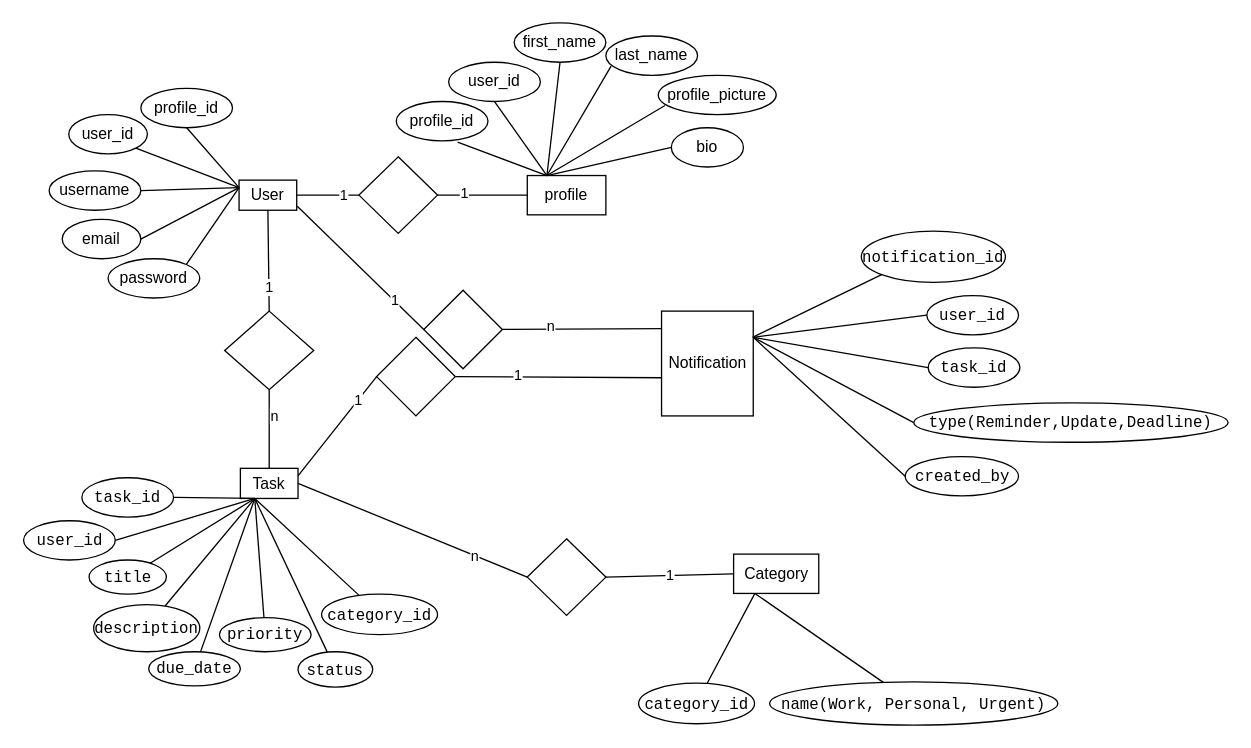
Earlier version of the draw.io diagram data-modelling/hustle-hub.drawio (jasjeev013/hustle-hub). Source tidied: cells renumbered, new cells numbered last; positions are measured from the earlier drawing's top-left corner, leaving out a move shared by most shapes. Both pictures are drawn from the tidied source at 131%, with x=0, y=0 at pixel (22, 22).
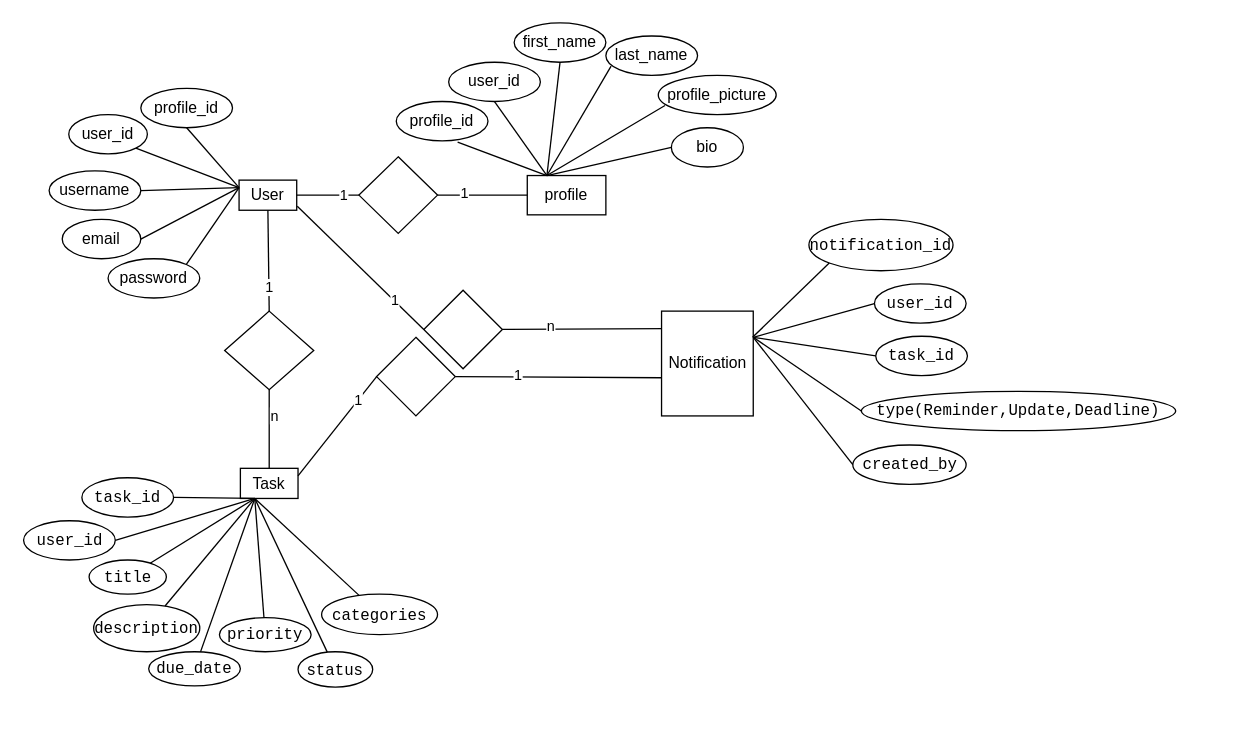
The same diagram, later.

Unchanged cells that the change refers to:
```xml
<mxCell id="36" value="Task" style="rounded=0;whiteSpace=wrap;html=1;" parent="1" vertex="1">
  <mxGeometry x="166" y="340" width="44" height="23" as="geometry" />
</mxCell>
```

Diff of the diagram source:
```diff
@@
-    <mxCell id="51" value="&lt;code&gt;category_id&lt;/code&gt;" style="ellipse;whiteSpace=wrap;html=1;" parent="1" vertex="1">
+    <mxCell id="51" value="&lt;code&gt;categories&lt;/code&gt;" style="ellipse;whiteSpace=wrap;html=1;" parent="1" vertex="1">
       <mxGeometry x="228" y="436" width="88.5" height="31" as="geometry" />
     </mxCell>
@@
-    <mxCell id="53" value="Category" style="rounded=0;whiteSpace=wrap;html=1;" parent="1" vertex="1">
-      <mxGeometry x="542.5" y="405.5" width="65" height="30" as="geometry" />
-    </mxCell>
-    <mxCell id="54" style="rhombus;whiteSpace=wrap;html=1;" parent="1" vertex="1">
-      <mxGeometry x="385" y="393.8" width="60" height="58.5" as="geometry" />
-    </mxCell>
-    <mxCell id="55" style="endArrow=none;html=1;rounded=0;exitX=1;exitY=0.5;exitDx=0;exitDy=0;entryX=0;entryY=0.5;entryDx=0;entryDy=0;" parent="1" edge="1" source="36" target="54">
-      <mxGeometry relative="1" as="geometry" />
-    </mxCell>
-    <mxCell id="56" value="n" style="edgeLabel;html=1;align=center;verticalAlign=middle;" parent="55" vertex="1">
-      <mxGeometry x="0.53" relative="1" as="geometry" />
-    </mxCell>
-    <mxCell id="57" value="1" style="endArrow=none;html=1;rounded=0;entryX=0;entryY=0.5;entryDx=0;entryDy=0;exitX=1;exitY=0.5;exitDx=0;exitDy=0;" parent="1" edge="1" source="54" target="53">
-      <mxGeometry relative="1" as="geometry" />
-    </mxCell>
-    <mxCell id="58" value="&lt;code&gt;category_id&lt;/code&gt;" style="ellipse;whiteSpace=wrap;html=1;" parent="1" vertex="1">
-      <mxGeometry x="470" y="504" width="88.5" height="31" as="geometry" />
-    </mxCell>
-    <mxCell id="59" style="endArrow=none;html=1;rounded=0;entryX=0.25;entryY=1;entryDx=0;entryDy=0;" parent="1" edge="1" source="58" target="53">
-      <mxGeometry relative="1" as="geometry" />
-    </mxCell>
-    <mxCell id="60" value="&lt;code&gt;name(Work, Personal, Urgent)&lt;/code&gt;" style="ellipse;whiteSpace=wrap;html=1;" parent="1" vertex="1">
-      <mxGeometry x="570" y="503" width="220" height="33" as="geometry" />
-    </mxCell>
-    <mxCell id="61" style="endArrow=none;html=1;rounded=0;entryX=0.25;entryY=1;entryDx=0;entryDy=0;" parent="1" edge="1" source="60" target="53">
-      <mxGeometry relative="1" as="geometry" />
-    </mxCell>
@@
     <mxCell id="68" value="&lt;code&gt;notification_id&lt;/code&gt;" style="ellipse;whiteSpace=wrap;html=1;" parent="1" vertex="1">
-      <mxGeometry x="640" y="158.9" width="110" height="39.2" as="geometry" />
+      <mxGeometry x="600" y="150" width="110" height="39.2" as="geometry" />
     </mxCell>
@@
     <mxCell id="70" value="&lt;code&gt;user_id&lt;/code&gt;" style="ellipse;whiteSpace=wrap;html=1;" parent="1" vertex="1">
-      <mxGeometry x="690" y="208.1" width="70" height="30" as="geometry" />
+      <mxGeometry x="650" y="199.2" width="70" height="30" as="geometry" />
     </mxCell>
@@
     <mxCell id="72" value="&lt;code&gt;task_id&lt;/code&gt;" style="ellipse;whiteSpace=wrap;html=1;" parent="1" vertex="1">
-      <mxGeometry x="691" y="248.1" width="70" height="30" as="geometry" />
+      <mxGeometry x="651" y="239.2" width="70" height="30" as="geometry" />
     </mxCell>
@@
     <mxCell id="74" value="&lt;code&gt;type(Reminder,Update,Deadline)&lt;/code&gt;" style="ellipse;whiteSpace=wrap;html=1;" parent="1" vertex="1">
-      <mxGeometry x="680" y="290.1" width="240" height="30" as="geometry" />
+      <mxGeometry x="640" y="281.2" width="240" height="30" as="geometry" />
     </mxCell>
@@
     <mxCell id="76" value="&lt;code&gt;created_by&lt;/code&gt;" style="ellipse;whiteSpace=wrap;html=1;" parent="1" vertex="1">
-      <mxGeometry x="673.5" y="331.1" width="86.5" height="30" as="geometry" />
+      <mxGeometry x="633.5" y="322.2" width="86.5" height="30" as="geometry" />
     </mxCell>
```
